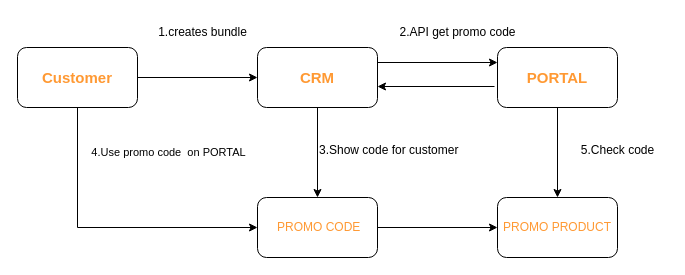
xinyi852/demo keeps this draw.io diagram as 未命名绘图.drawio. Above is the earlier version. Source tidied: cells renumbered, new cells numbered last; positions are measured from the earlier drawing's top-left corner, leaving out a move shared by most shapes. Both pictures are drawn from the tidied source at 100%, with x=0, y=0 at pixel (17, 17).
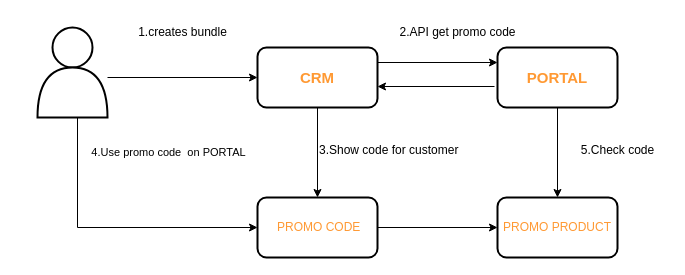
The same diagram, later.

Commit message:
更新未命名绘图.drawio

The edit, as a diff of the source:
```diff
@@
-    <mxCell id="2" value="&lt;b style=&quot;&quot;&gt;&lt;font color=&quot;#ff9933&quot; style=&quot;background-color: rgb(255, 255, 255); font-size: 15px;&quot;&gt;Customer&lt;/font&gt;&lt;/b&gt;" style="rounded=1;whiteSpace=wrap;html=1;" parent="1" vertex="1">
-      <mxGeometry y="30" width="120" height="60" as="geometry" />
-    </mxCell>
-    <mxCell id="3" style="endArrow=classic;html=1;rounded=0;exitX=1;exitY=0.5;exitDx=0;exitDy=0;" parent="1" edge="1" source="2">
+    <mxCell id="3" style="endArrow=classic;html=1;rounded=0;" parent="1" edge="1">
       <mxGeometry relative="1" as="geometry">
+        <mxPoint x="90" y="60" as="sourcePoint" />
         <mxPoint x="240" y="60" as="targetPoint" />
       </mxGeometry>
     </mxCell>
-    <mxCell id="4" value="&lt;font color=&quot;#ff9933&quot; style=&quot;font-size: 15px;&quot;&gt;&lt;b&gt;CRM&lt;/b&gt;&lt;/font&gt;" style="rounded=1;whiteSpace=wrap;html=1;" parent="1" vertex="1">
+    <mxCell id="4" value="&lt;font color=&quot;#ff9933&quot; style=&quot;font-size: 15px;&quot;&gt;&lt;b&gt;CRM&lt;/b&gt;&lt;/font&gt;" style="rounded=1;whiteSpace=wrap;html=1;strokeWidth=2;" parent="1" vertex="1">
       <mxGeometry x="240" y="30" width="120" height="60" as="geometry" />
     </mxCell>
-    <mxCell id="5" value="&lt;font color=&quot;#ff9933&quot; style=&quot;font-size: 15px;&quot;&gt;&lt;b&gt;PORTAL&lt;/b&gt;&lt;/font&gt;" style="rounded=1;whiteSpace=wrap;html=1;" parent="1" vertex="1">
+    <mxCell id="5" value="&lt;font color=&quot;#ff9933&quot; style=&quot;font-size: 15px;&quot;&gt;&lt;b&gt;PORTAL&lt;/b&gt;&lt;/font&gt;" style="rounded=1;whiteSpace=wrap;html=1;strokeWidth=2;" parent="1" vertex="1">
       <mxGeometry x="480" y="30" width="120" height="60" as="geometry" />
     </mxCell>
@@
-    <mxCell id="8" value="&lt;font color=&quot;#ff9933&quot;&gt;&amp;nbsp;PROMO CODE&lt;/font&gt;" style="rounded=1;whiteSpace=wrap;html=1;" parent="1" vertex="1">
+    <mxCell id="8" value="&lt;font color=&quot;#ff9933&quot;&gt;&amp;nbsp;PROMO CODE&lt;/font&gt;" style="rounded=1;whiteSpace=wrap;html=1;strokeWidth=2;" parent="1" vertex="1">
       <mxGeometry x="240" y="180" width="120" height="60" as="geometry" />
     </mxCell>
@@
-    <mxCell id="11" style="endArrow=classic;html=1;rounded=0;entryX=0;entryY=0.5;entryDx=0;entryDy=0;exitX=0.5;exitY=1;exitDx=0;exitDy=0;" parent="1" edge="1" source="2" target="8">
+    <mxCell id="11" style="endArrow=classic;html=1;rounded=0;entryX=0;entryY=0.5;entryDx=0;entryDy=0;exitX=0.5;exitY=1;exitDx=0;exitDy=0;" parent="1" edge="1" target="8">
       <mxGeometry relative="1" as="geometry">
+        <mxPoint x="60" y="90" as="sourcePoint" />
         <Array as="points">
           <mxPoint x="60" y="210" />
         </Array>
       </mxGeometry>
     </mxCell>
@@
-    <mxCell id="13" value="&lt;font color=&quot;#ff9933&quot;&gt;PROMO PRODUCT&lt;/font&gt;" style="rounded=1;whiteSpace=wrap;html=1;" parent="1" vertex="1">
+    <mxCell id="13" value="&lt;font color=&quot;#ff9933&quot;&gt;PROMO PRODUCT&lt;/font&gt;" style="rounded=1;whiteSpace=wrap;html=1;strokeWidth=2;" parent="1" vertex="1">
       <mxGeometry x="480" y="180" width="120" height="60" as="geometry" />
     </mxCell>
@@
     <mxCell id="15" value="1.creates bundle" style="text;html=1;align=center;verticalAlign=middle;strokeColor=none;fillColor=none;" parent="1" vertex="1">
-      <mxGeometry x="130" width="110" height="30" as="geometry" />
+      <mxGeometry x="110" width="110" height="30" as="geometry" />
     </mxCell>
@@
+    <mxCell id="19" style="ellipse;whiteSpace=wrap;html=1;strokeWidth=2;" parent="1" vertex="1">
+      <mxGeometry x="35" y="10" width="40" height="40" as="geometry" />
+    </mxCell>
+    <mxCell id="20" style="shape=or;whiteSpace=wrap;html=1;direction=north;strokeWidth=2;" parent="1" vertex="1">
+      <mxGeometry x="20" y="50" width="70" height="50" as="geometry" />
+    </mxCell>
```
